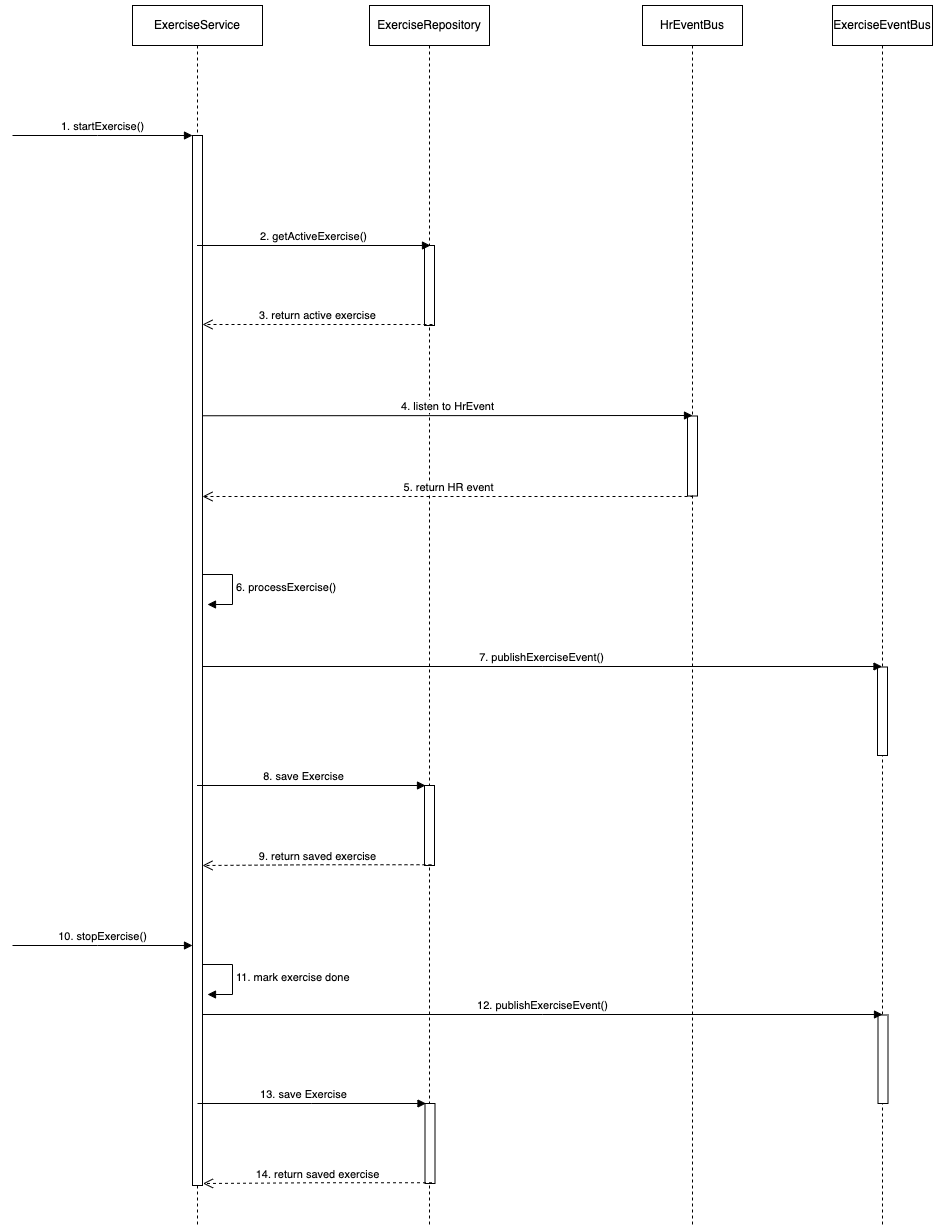
ba-nhermanto/thesis keeps this draw.io diagram as my-thesis/diagrams/exercise-service-start.drawio.png. Above is the earlier version. Source tidied: cells renumbered, new cells last; positions are measured from the earlier drawing's top-left corner, leaving out a move shared by most shapes.
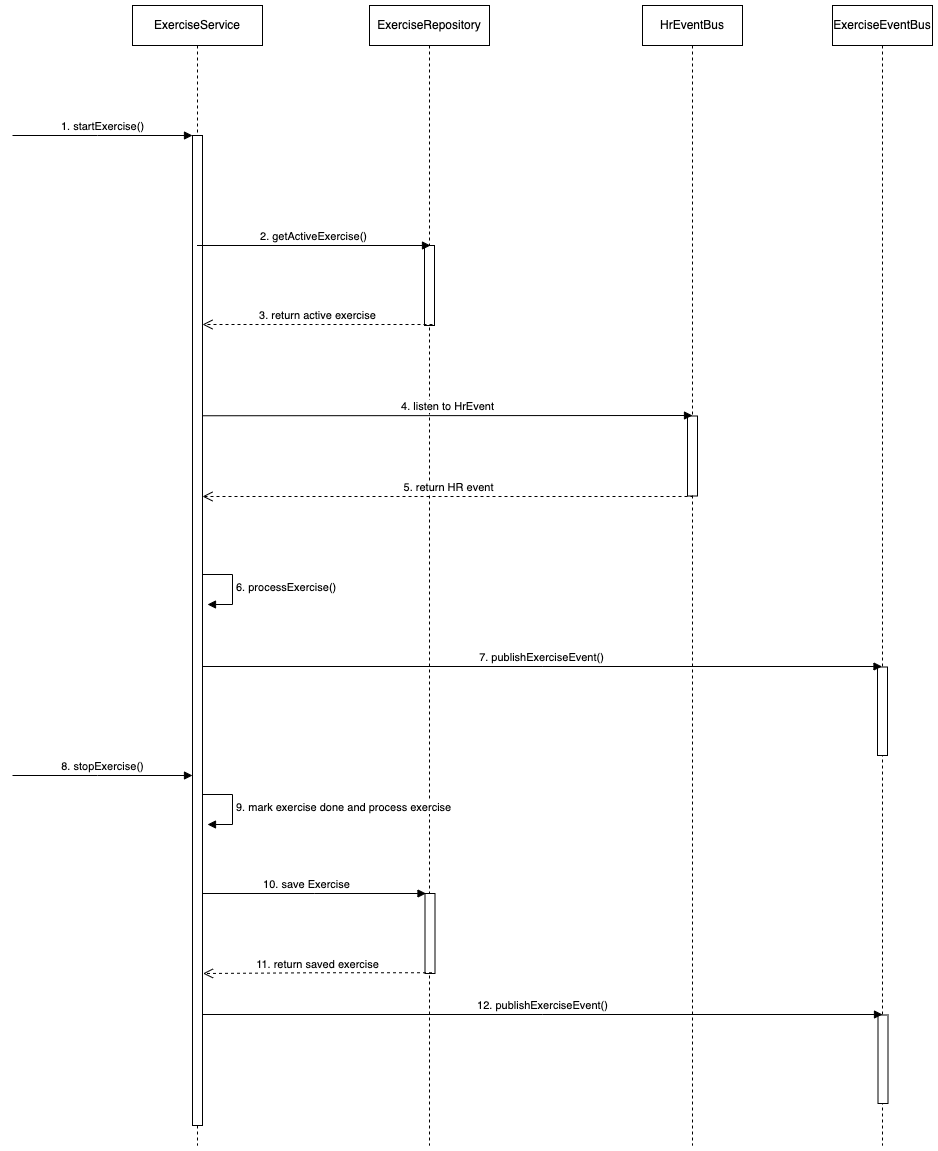
After the change.

The edit, as a diff of the source:
```diff
@@ -12,10 +12,10 @@
       </mxGeometry>
     </mxCell>
     <mxCell id="3" value="ExerciseService" style="shape=umlLifeline;perimeter=lifelinePerimeter;whiteSpace=wrap;html=1;outlineConnect=0;portConstraint=eastwest;newEdgeStyle={&quot;edgeStyle&quot;:&quot;elbowEdgeStyle&quot;,&quot;elbow&quot;:&quot;vertical&quot;,&quot;curved&quot;:0,&quot;rounded&quot;:0};" parent="1" vertex="1">
-      <mxGeometry x="223" width="130" height="1220" as="geometry" />
+      <mxGeometry x="223" width="130" height="1140" as="geometry" />
     </mxCell>
     <mxCell id="4" style="html=1;points=[];perimeter=orthogonalPerimeter;outlineConnect=0;targetShapes=umlLifeline;portConstraint=eastwest;newEdgeStyle={&quot;edgeStyle&quot;:&quot;elbowEdgeStyle&quot;,&quot;elbow&quot;:&quot;vertical&quot;,&quot;curved&quot;:0,&quot;rounded&quot;:0};" parent="3" vertex="1">
-      <mxGeometry x="60" y="130" width="10" height="1050" as="geometry" />
+      <mxGeometry x="60" y="130" width="10" height="990" as="geometry" />
     </mxCell>
     <mxCell id="5" value="6. processExercise()" style="html=1;align=left;spacingLeft=2;endArrow=block;rounded=0;edgeStyle=orthogonalEdgeStyle;curved=0;rounded=0;" parent="3" edge="1">
       <mxGeometry relative="1" as="geometry">
@@ -27,7 +27,7 @@
       </mxGeometry>
     </mxCell>
     <mxCell id="6" value="ExerciseRepository" style="shape=umlLifeline;perimeter=lifelinePerimeter;whiteSpace=wrap;html=1;newEdgeStyle={&quot;edgeStyle&quot;:&quot;elbowEdgeStyle&quot;,&quot;elbow&quot;:&quot;vertical&quot;,&quot;curved&quot;:0,&quot;rounded&quot;:0};" parent="1" vertex="1">
-      <mxGeometry x="460" width="120" height="1220" as="geometry" />
+      <mxGeometry x="460" width="120" height="1140" as="geometry" />
     </mxCell>
     <mxCell id="7" style="html=1;perimeter=orthogonalPerimeter;targetShapes=umlLifeline;newEdgeStyle={&quot;edgeStyle&quot;:&quot;elbowEdgeStyle&quot;,&quot;elbow&quot;:&quot;vertical&quot;,&quot;curved&quot;:0,&quot;rounded&quot;:0};" parent="6" vertex="1">
       <mxGeometry x="55" y="240" width="10" height="80" as="geometry" />
@@ -40,22 +40,6 @@
         </Array>
       </mxGeometry>
     </mxCell>
-    <mxCell id="9" style="html=1;perimeter=orthogonalPerimeter;targetShapes=umlLifeline;newEdgeStyle={&quot;edgeStyle&quot;:&quot;elbowEdgeStyle&quot;,&quot;elbow&quot;:&quot;vertical&quot;,&quot;curved&quot;:0,&quot;rounded&quot;:0};" parent="6" vertex="1">
-      <mxGeometry x="55" y="780" width="10" height="80" as="geometry" />
-    </mxCell>
-    <mxCell id="10" value="8. save Exercise" style="html=1;verticalAlign=bottom;endArrow=block;edgeStyle=elbowEdgeStyle;elbow=vertical;curved=0;rounded=0;" parent="6" edge="1">
-      <mxGeometry x="-0.08" relative="1" as="geometry">
-        <mxPoint x="-172.5" y="780" as="sourcePoint" />
-        <mxPoint x="56" y="780" as="targetPoint" />
-        <mxPoint x="1" as="offset" />
-      </mxGeometry>
-    </mxCell>
-    <mxCell id="11" value="9. return saved exercise" style="html=1;verticalAlign=bottom;endArrow=open;dashed=1;endSize=8;edgeStyle=elbowEdgeStyle;elbow=horizontal;curved=0;rounded=0;" parent="6" edge="1">
-      <mxGeometry relative="1" as="geometry">
-        <mxPoint x="62" y="859.2" as="sourcePoint" />
-        <mxPoint x="-167" y="860" as="targetPoint" />
-      </mxGeometry>
-    </mxCell>
     <mxCell id="12" value="3. return active exercise" style="html=1;verticalAlign=bottom;endArrow=open;dashed=1;endSize=8;edgeStyle=elbowEdgeStyle;elbow=horizontal;curved=0;rounded=0;" parent="1" edge="1">
       <mxGeometry relative="1" as="geometry">
         <mxPoint x="523" y="319" as="sourcePoint" />
@@ -63,7 +47,7 @@
       </mxGeometry>
     </mxCell>
     <mxCell id="13" value="HrEventBus" style="shape=umlLifeline;perimeter=lifelinePerimeter;whiteSpace=wrap;html=1;newEdgeStyle={&quot;edgeStyle&quot;:&quot;elbowEdgeStyle&quot;,&quot;elbow&quot;:&quot;vertical&quot;,&quot;curved&quot;:0,&quot;rounded&quot;:0};" parent="1" vertex="1">
-      <mxGeometry x="733" width="100" height="1220" as="geometry" />
+      <mxGeometry x="733" width="100" height="1140" as="geometry" />
     </mxCell>
     <mxCell id="14" style="html=1;perimeter=orthogonalPerimeter;targetShapes=umlLifeline;newEdgeStyle={&quot;edgeStyle&quot;:&quot;elbowEdgeStyle&quot;,&quot;elbow&quot;:&quot;vertical&quot;,&quot;curved&quot;:0,&quot;rounded&quot;:0};" parent="13" vertex="1">
       <mxGeometry x="45" y="410.5" width="10" height="80" as="geometry" />
@@ -84,7 +68,7 @@
       </mxGeometry>
     </mxCell>
     <mxCell id="17" value="ExerciseEventBus" style="shape=umlLifeline;perimeter=lifelinePerimeter;whiteSpace=wrap;html=1;newEdgeStyle={&quot;edgeStyle&quot;:&quot;elbowEdgeStyle&quot;,&quot;elbow&quot;:&quot;vertical&quot;,&quot;curved&quot;:0,&quot;rounded&quot;:0};" parent="1" vertex="1">
-      <mxGeometry x="923" width="100" height="1220" as="geometry" />
+      <mxGeometry x="923" width="100" height="1140" as="geometry" />
     </mxCell>
     <mxCell id="18" style="html=1;perimeter=orthogonalPerimeter;targetShapes=umlLifeline;newEdgeStyle={&quot;edgeStyle&quot;:&quot;elbowEdgeStyle&quot;,&quot;elbow&quot;:&quot;vertical&quot;,&quot;curved&quot;:0,&quot;rounded&quot;:0};" parent="17" vertex="1">
       <mxGeometry x="45" y="661.5" width="10" height="88.5" as="geometry" />
@@ -95,29 +79,28 @@
         <mxPoint x="972.5" y="661" as="targetPoint" />
       </mxGeometry>
     </mxCell>
-    <mxCell id="20" value="10. stopExercise()" style="html=1;verticalAlign=bottom;endArrow=block;edgeStyle=elbowEdgeStyle;elbow=horizontal;curved=0;rounded=0;" parent="1" edge="1">
+    <mxCell id="20" value="8. stopExercise()" style="html=1;verticalAlign=bottom;endArrow=block;edgeStyle=elbowEdgeStyle;elbow=horizontal;curved=0;rounded=0;" parent="1" edge="1">
       <mxGeometry relative="1" as="geometry">
-        <mxPoint x="103" y="940" as="sourcePoint" />
-        <mxPoint x="283" y="940" as="targetPoint" />
+        <mxPoint x="103" y="770" as="sourcePoint" />
+        <mxPoint x="283" y="770" as="targetPoint" />
         <Array as="points">
-          <mxPoint x="188" y="940" />
+          <mxPoint x="188" y="770" />
         </Array>
       </mxGeometry>
     </mxCell>
     <mxCell id="21" style="html=1;perimeter=orthogonalPerimeter;targetShapes=umlLifeline;newEdgeStyle={&quot;edgeStyle&quot;:&quot;elbowEdgeStyle&quot;,&quot;elbow&quot;:&quot;vertical&quot;,&quot;curved&quot;:0,&quot;rounded&quot;:0};" parent="1" vertex="1">
-      <mxGeometry x="515.5" y="1098" width="10" height="80" as="geometry" />
+      <mxGeometry x="515.5" y="888" width="10" height="80" as="geometry" />
     </mxCell>
-    <mxCell id="22" value="13. save Exercise" style="html=1;verticalAlign=bottom;endArrow=block;edgeStyle=elbowEdgeStyle;elbow=vertical;curved=0;rounded=0;" parent="1" edge="1">
+    <mxCell id="22" value="10. save Exercise" style="html=1;verticalAlign=bottom;endArrow=block;edgeStyle=elbowEdgeStyle;elbow=vertical;curved=0;rounded=0;" parent="1" edge="1" source="4">
       <mxGeometry x="-0.08" relative="1" as="geometry">
-        <mxPoint x="288" y="1098" as="sourcePoint" />
-        <mxPoint x="516.5" y="1098" as="targetPoint" />
+        <mxPoint x="516.5" y="888" as="targetPoint" />
         <mxPoint x="1" as="offset" />
       </mxGeometry>
     </mxCell>
-    <mxCell id="23" value="14. return saved exercise" style="html=1;verticalAlign=bottom;endArrow=open;dashed=1;endSize=8;edgeStyle=elbowEdgeStyle;elbow=horizontal;curved=0;rounded=0;" parent="1" edge="1">
+    <mxCell id="23" value="11. return saved exercise" style="html=1;verticalAlign=bottom;endArrow=open;dashed=1;endSize=8;edgeStyle=elbowEdgeStyle;elbow=horizontal;curved=0;rounded=0;" parent="1" edge="1">
       <mxGeometry relative="1" as="geometry">
-        <mxPoint x="522.5" y="1177.2" as="sourcePoint" />
-        <mxPoint x="293.5" y="1178" as="targetPoint" />
+        <mxPoint x="522.5" y="967.2" as="sourcePoint" />
+        <mxPoint x="293.5" y="968" as="targetPoint" />
       </mxGeometry>
     </mxCell>
     <mxCell id="24" style="html=1;perimeter=orthogonalPerimeter;targetShapes=umlLifeline;newEdgeStyle={&quot;edgeStyle&quot;:&quot;elbowEdgeStyle&quot;,&quot;elbow&quot;:&quot;vertical&quot;,&quot;curved&quot;:0,&quot;rounded&quot;:0};" parent="1" vertex="1">
@@ -129,12 +112,12 @@
         <mxPoint x="973" y="1009" as="targetPoint" />
       </mxGeometry>
     </mxCell>
-    <mxCell id="26" value="11. mark exercise done" style="html=1;align=left;spacingLeft=2;endArrow=block;rounded=0;edgeStyle=orthogonalEdgeStyle;curved=0;rounded=0;" parent="1" edge="1">
+    <mxCell id="26" value="9. mark exercise done and process exercise" style="html=1;align=left;spacingLeft=2;endArrow=block;rounded=0;edgeStyle=orthogonalEdgeStyle;curved=0;rounded=0;" parent="1" edge="1">
       <mxGeometry relative="1" as="geometry">
-        <mxPoint x="293" y="959" as="sourcePoint" />
-        <mxPoint x="298" y="989" as="targetPoint" />
+        <mxPoint x="293" y="789" as="sourcePoint" />
+        <mxPoint x="298" y="819" as="targetPoint" />
         <Array as="points">
-          <mxPoint x="323" y="989" />
+          <mxPoint x="323" y="819" />
         </Array>
       </mxGeometry>
     </mxCell>
```
